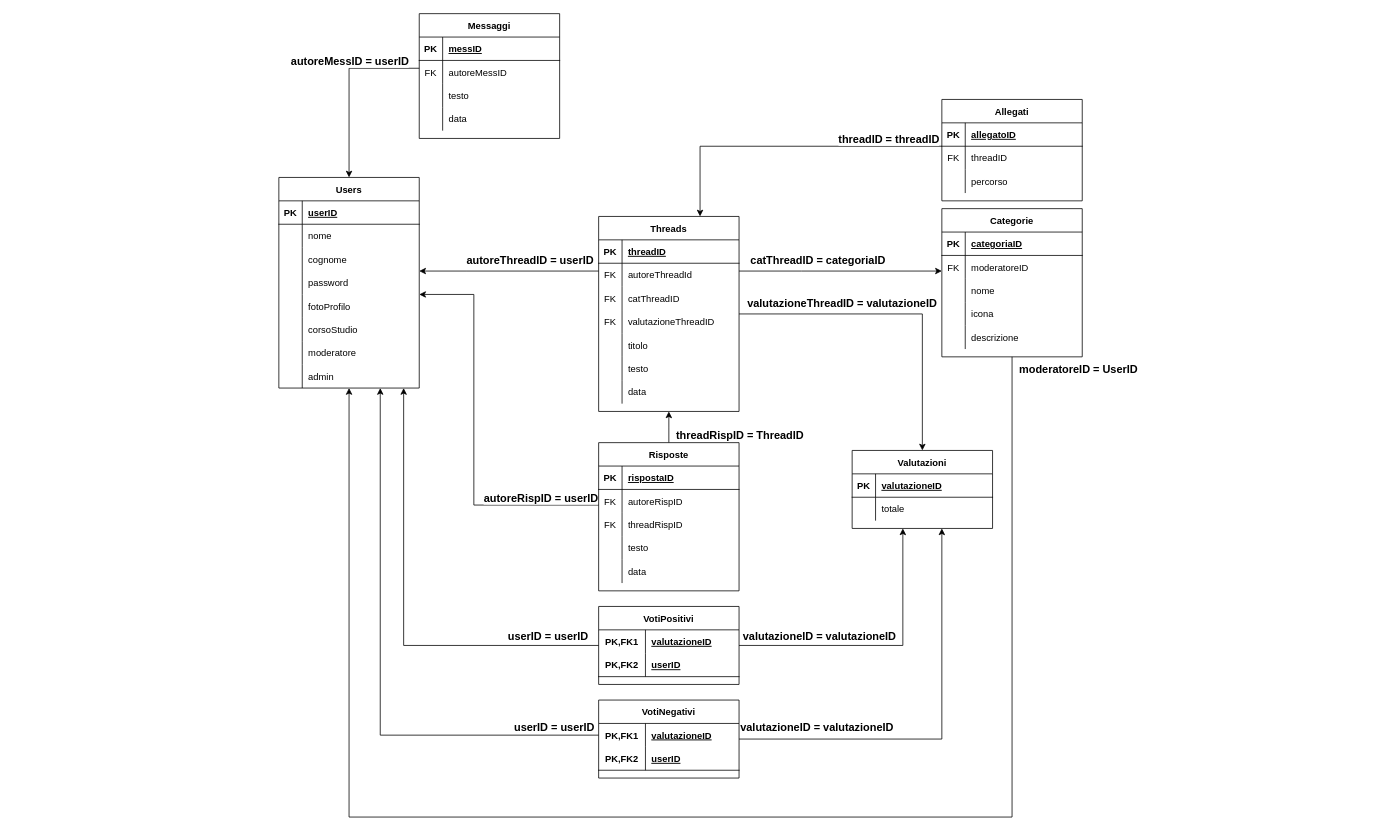
The draw.io diagram Diagrammi/Database.drawio in EdoPan/UniChat, before the edit. Source tidied: cells renumbered, new cells numbered last; positions are measured from the earlier drawing's top-left corner, leaving out a move shared by most shapes. Both pictures are drawn from the tidied source at 78%, with x=0, y=0 at pixel (278, 13).
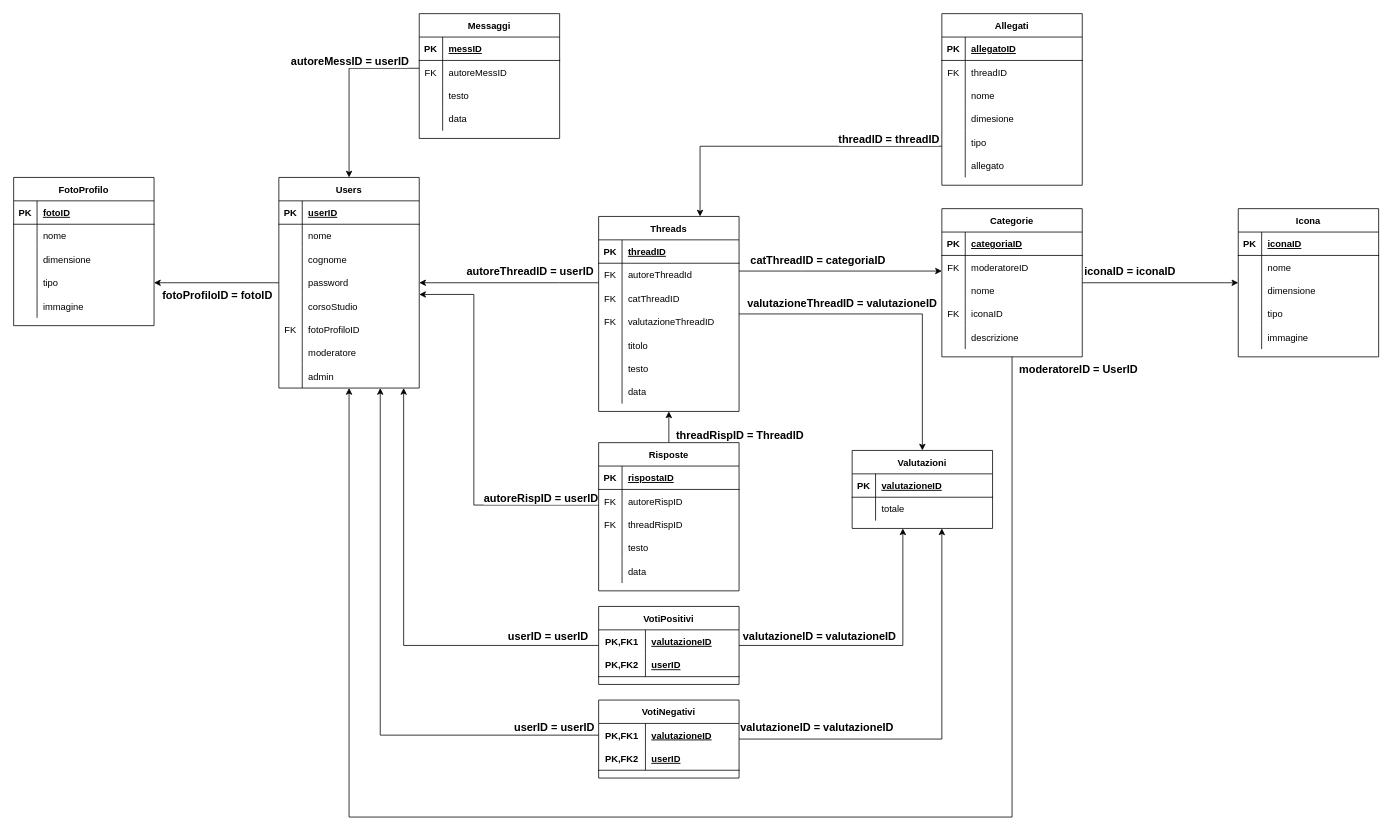
Above is the later version.

Commit message:
Aggiornamento Database

Aggiunta delle tabelle per la gestione delle foto profilo e delle icone, inoltre modifica degli attributi della tabella Allegati.

Unchanged cells that the change refers to:
```xml
<mxCell id="4" value="Users" style="shape=table;startSize=30;childLayout=tableLayout;rowLines=0;fontStyle=1;align=center;" parent="1" vertex="1">
  <mxGeometry y="210" width="180" height="270" as="geometry" />
</mxCell>
<mxCell id="52" value="Threads" style="shape=table;startSize=30;childLayout=tableLayout;rowLines=0;fontStyle=1;align=center;fillColor=#FFFFFF;" parent="1" vertex="1">
  <mxGeometry x="410" y="260" width="180" height="250" as="geometry" />
</mxCell>
<mxCell id="74" value="Categorie" style="shape=table;startSize=30;childLayout=tableLayout;rowLines=0;fontStyle=1;align=center;fillColor=#FFFFFF;" parent="1" vertex="1">
  <mxGeometry x="850" y="250" width="180" height="190" as="geometry" />
</mxCell>
<mxCell id="84" style="shape=partialRectangle;fillColor=none;top=0;left=0;bottom=0;right=0;" parent="74" vertex="1">
  <mxGeometry y="120" width="180" height="30" as="geometry" />
</mxCell>
<mxCell id="146" style="shape=partialRectangle;fillColor=none;top=0;left=0;bottom=0;right=0;" parent="139" vertex="1">
  <mxGeometry y="90" width="180" height="30" as="geometry" />
</mxCell>
```

The edit, as a diff of the source:
```diff
@@
+    <mxCell id="149" style="edgeStyle=orthogonalEdgeStyle;rounded=0;jettySize=auto;html=1;entryX=1;entryY=0.5;entryDx=0;entryDy=0;" parent="1" edge="1" source="4" target="170">
+      <mxGeometry relative="1" as="geometry" />
+    </mxCell>
@@
+    <mxCell id="20" style="shape=partialRectangle;fillColor=none;top=0;left=0;bottom=0;right=0;" parent="4" vertex="1">
+      <mxGeometry y="150" width="180" height="30" as="geometry" />
+    </mxCell>
+    <mxCell id="21" style="shape=partialRectangle;fillColor=none;top=0;left=0;bottom=0;right=0;overflow=hidden;" parent="20" vertex="1">
+      <mxGeometry width="30" height="30" as="geometry" />
+    </mxCell>
+    <mxCell id="22" value="corsoStudio" style="shape=partialRectangle;fillColor=none;top=0;left=0;bottom=0;right=0;align=left;spacingLeft=6;overflow=hidden;" parent="20" vertex="1">
+      <mxGeometry x="30" width="150" height="30" as="geometry" />
+    </mxCell>
     <mxCell id="17" style="shape=partialRectangle;fillColor=none;top=0;left=0;bottom=0;right=0;" parent="4" vertex="1">
-      <mxGeometry y="150" width="180" height="30" as="geometry" />
+      <mxGeometry y="180" width="180" height="30" as="geometry" />
     </mxCell>
-    <mxCell id="18" style="shape=partialRectangle;fillColor=none;top=0;left=0;bottom=0;right=0;overflow=hidden;" parent="17" vertex="1">
+    <mxCell id="18" value="FK" style="shape=partialRectangle;fillColor=none;top=0;left=0;bottom=0;right=0;overflow=hidden;" parent="17" vertex="1">
       <mxGeometry width="30" height="30" as="geometry" />
     </mxCell>
-    <mxCell id="19" value="fotoProfilo" style="shape=partialRectangle;fillColor=none;top=0;left=0;bottom=0;right=0;align=left;spacingLeft=6;overflow=hidden;" parent="17" vertex="1">
+    <mxCell id="19" value="fotoProfiloID" style="shape=partialRectangle;fillColor=none;top=0;left=0;bottom=0;right=0;align=left;spacingLeft=6;overflow=hidden;" parent="17" vertex="1">
       <mxGeometry x="30" width="150" height="30" as="geometry" />
     </mxCell>
-    <mxCell id="20" style="shape=partialRectangle;fillColor=none;top=0;left=0;bottom=0;right=0;" parent="4" vertex="1">
-      <mxGeometry y="180" width="180" height="30" as="geometry" />
-    </mxCell>
-    <mxCell id="21" style="shape=partialRectangle;fillColor=none;top=0;left=0;bottom=0;right=0;overflow=hidden;" parent="20" vertex="1">
-      <mxGeometry width="30" height="30" as="geometry" />
-    </mxCell>
-    <mxCell id="22" value="corsoStudio" style="shape=partialRectangle;fillColor=none;top=0;left=0;bottom=0;right=0;align=left;spacingLeft=6;overflow=hidden;" parent="20" vertex="1">
-      <mxGeometry x="30" width="150" height="30" as="geometry" />
-    </mxCell>
@@
     <mxCell id="46" style="edgeStyle=orthogonalEdgeStyle;rounded=0;jettySize=auto;html=1;endArrow=classic;endFill=1;" parent="1" edge="1" source="52" target="4">
       <mxGeometry relative="1" as="geometry">
         <Array as="points">
-          <mxPoint x="240" y="330" />
-          <mxPoint x="240" y="330" />
+          <mxPoint x="360" y="345" />
+          <mxPoint x="360" y="345" />
         </Array>
       </mxGeometry>
     </mxCell>
@@
+    <mxCell id="150" style="edgeStyle=orthogonalEdgeStyle;rounded=0;jettySize=auto;html=1;" parent="1" edge="1" source="74" target="177">
+      <mxGeometry relative="1" as="geometry" />
+    </mxCell>
@@
-    <mxCell id="85" style="shape=partialRectangle;fillColor=none;top=0;left=0;bottom=0;right=0;overflow=hidden;" parent="84" vertex="1">
+    <mxCell id="85" value="FK" style="shape=partialRectangle;fillColor=none;top=0;left=0;bottom=0;right=0;overflow=hidden;" parent="84" vertex="1">
       <mxGeometry width="30" height="30" as="geometry" />
     </mxCell>
-    <mxCell id="86" value="icona" style="shape=partialRectangle;fillColor=none;top=0;left=0;bottom=0;right=0;align=left;spacingLeft=6;overflow=hidden;" parent="84" vertex="1">
+    <mxCell id="86" value="iconaID" style="shape=partialRectangle;fillColor=none;top=0;left=0;bottom=0;right=0;align=left;spacingLeft=6;overflow=hidden;" parent="84" vertex="1">
       <mxGeometry x="30" width="150" height="30" as="geometry" />
     </mxCell>
@@
     <mxCell id="139" value="Allegati" style="shape=table;startSize=30;childLayout=tableLayout;rowLines=0;fontStyle=1;align=center;fillColor=#FFFFFF;" parent="1" vertex="1">
-      <mxGeometry x="850" y="110" width="180" height="130" as="geometry" />
+      <mxGeometry x="850" width="180" height="220" as="geometry" />
     </mxCell>
@@
-    <mxCell id="148" value="percorso" style="shape=partialRectangle;fillColor=none;top=0;left=0;bottom=0;right=0;align=left;spacingLeft=6;overflow=hidden;" parent="146" vertex="1">
+    <mxCell id="148" value="nome" style="shape=partialRectangle;fillColor=none;top=0;left=0;bottom=0;right=0;align=left;spacingLeft=6;overflow=hidden;" parent="146" vertex="1">
       <mxGeometry x="30" width="150" height="30" as="geometry" />
     </mxCell>
+    <mxCell id="151" style="shape=partialRectangle;fillColor=none;top=0;left=0;bottom=0;right=0;" parent="139" vertex="1">
+      <mxGeometry y="120" width="180" height="30" as="geometry" />
+    </mxCell>
+    <mxCell id="152" style="shape=partialRectangle;fillColor=none;top=0;left=0;bottom=0;right=0;overflow=hidden;" parent="151" vertex="1">
+      <mxGeometry width="30" height="30" as="geometry" />
+    </mxCell>
+    <mxCell id="153" value="dimesione" style="shape=partialRectangle;fillColor=none;top=0;left=0;bottom=0;right=0;align=left;spacingLeft=6;overflow=hidden;" parent="151" vertex="1">
+      <mxGeometry x="30" width="150" height="30" as="geometry" />
+    </mxCell>
+    <mxCell id="154" style="shape=partialRectangle;fillColor=none;top=0;left=0;bottom=0;right=0;" parent="139" vertex="1">
+      <mxGeometry y="150" width="180" height="30" as="geometry" />
+    </mxCell>
+    <mxCell id="155" style="shape=partialRectangle;fillColor=none;top=0;left=0;bottom=0;right=0;overflow=hidden;" parent="154" vertex="1">
+      <mxGeometry width="30" height="30" as="geometry" />
+    </mxCell>
+    <mxCell id="156" value="tipo" style="shape=partialRectangle;fillColor=none;top=0;left=0;bottom=0;right=0;align=left;spacingLeft=6;overflow=hidden;" parent="154" vertex="1">
+      <mxGeometry x="30" width="150" height="30" as="geometry" />
+    </mxCell>
+    <mxCell id="157" style="shape=partialRectangle;fillColor=none;top=0;left=0;bottom=0;right=0;" parent="139" vertex="1">
+      <mxGeometry y="180" width="180" height="30" as="geometry" />
+    </mxCell>
+    <mxCell id="158" style="shape=partialRectangle;fillColor=none;top=0;left=0;bottom=0;right=0;overflow=hidden;" parent="157" vertex="1">
+      <mxGeometry width="30" height="30" as="geometry" />
+    </mxCell>
+    <mxCell id="159" value="allegato" style="shape=partialRectangle;fillColor=none;top=0;left=0;bottom=0;right=0;align=left;spacingLeft=6;overflow=hidden;" parent="157" vertex="1">
+      <mxGeometry x="30" width="150" height="30" as="geometry" />
+    </mxCell>
+    <mxCell id="160" value="FotoProfilo" style="shape=table;startSize=30;childLayout=tableLayout;rowLines=0;fontStyle=1;align=center;" parent="1" vertex="1">
+      <mxGeometry x="-340" y="210" width="180" height="190" as="geometry" />
+    </mxCell>
+    <mxCell id="161" style="shape=partialRectangle;fillColor=none;top=0;left=0;bottom=1;right=0;" parent="160" vertex="1">
+      <mxGeometry y="30" width="180" height="30" as="geometry" />
+    </mxCell>
+    <mxCell id="162" value="PK" style="shape=partialRectangle;fillColor=none;top=0;left=0;bottom=0;right=0;fontStyle=1;overflow=hidden;" parent="161" vertex="1">
+      <mxGeometry width="30" height="30" as="geometry" />
+    </mxCell>
+    <mxCell id="163" value="fotoID" style="shape=partialRectangle;fillColor=none;top=0;left=0;bottom=0;right=0;align=left;spacingLeft=6;fontStyle=5;overflow=hidden;" parent="161" vertex="1">
+      <mxGeometry x="30" width="150" height="30" as="geometry" />
+    </mxCell>
+    <mxCell id="164" style="shape=partialRectangle;fillColor=none;top=0;left=0;bottom=0;right=0;" parent="160" vertex="1">
+      <mxGeometry y="60" width="180" height="30" as="geometry" />
+    </mxCell>
+    <mxCell id="165" style="shape=partialRectangle;fillColor=none;top=0;left=0;bottom=0;right=0;overflow=hidden;" parent="164" vertex="1">
+      <mxGeometry width="30" height="30" as="geometry" />
+    </mxCell>
+    <mxCell id="166" value="nome" style="shape=partialRectangle;fillColor=none;top=0;left=0;bottom=0;right=0;align=left;spacingLeft=6;overflow=hidden;" parent="164" vertex="1">
+      <mxGeometry x="30" width="150" height="30" as="geometry" />
+    </mxCell>
+    <mxCell id="167" style="shape=partialRectangle;fillColor=none;top=0;left=0;bottom=0;right=0;" parent="160" vertex="1">
+      <mxGeometry y="90" width="180" height="30" as="geometry" />
+    </mxCell>
+    <mxCell id="168" style="shape=partialRectangle;fillColor=none;top=0;left=0;bottom=0;right=0;overflow=hidden;" parent="167" vertex="1">
+      <mxGeometry width="30" height="30" as="geometry" />
+    </mxCell>
+    <mxCell id="169" value="dimensione" style="shape=partialRectangle;fillColor=none;top=0;left=0;bottom=0;right=0;align=left;spacingLeft=6;overflow=hidden;" parent="167" vertex="1">
+      <mxGeometry x="30" width="150" height="30" as="geometry" />
+    </mxCell>
+    <mxCell id="170" style="shape=partialRectangle;fillColor=none;top=0;left=0;bottom=0;right=0;points=[[0,0.5],[1,0.5]];portConstraint=eastwest;" parent="160" vertex="1">
+      <mxGeometry y="120" width="180" height="30" as="geometry" />
+    </mxCell>
+    <mxCell id="171" style="shape=partialRectangle;fillColor=none;top=0;left=0;bottom=0;right=0;overflow=hidden;" parent="170" vertex="1">
+      <mxGeometry width="30" height="30" as="geometry" />
+    </mxCell>
+    <mxCell id="172" value="tipo" style="shape=partialRectangle;fillColor=none;top=0;left=0;bottom=0;right=0;align=left;spacingLeft=6;overflow=hidden;" parent="170" vertex="1">
+      <mxGeometry x="30" width="150" height="30" as="geometry" />
+    </mxCell>
+    <mxCell id="173" style="shape=partialRectangle;fillColor=none;top=0;left=0;bottom=0;right=0;" parent="160" vertex="1">
+      <mxGeometry y="150" width="180" height="30" as="geometry" />
+    </mxCell>
+    <mxCell id="174" style="shape=partialRectangle;fillColor=none;top=0;left=0;bottom=0;right=0;overflow=hidden;" parent="173" vertex="1">
+      <mxGeometry width="30" height="30" as="geometry" />
+    </mxCell>
+    <mxCell id="175" value="immagine" style="shape=partialRectangle;fillColor=none;top=0;left=0;bottom=0;right=0;align=left;spacingLeft=6;overflow=hidden;" parent="173" vertex="1">
+      <mxGeometry x="30" width="150" height="30" as="geometry" />
+    </mxCell>
+    <mxCell id="176" value="&lt;b&gt;&lt;font style=&quot;font-size: 14px&quot;&gt;fotoProfiloID = fotoID&lt;/font&gt;&lt;/b&gt;" style="edgeLabel;html=1;align=center;verticalAlign=middle;" parent="1" vertex="1">
+      <mxGeometry x="-80" y="360" as="geometry" />
+    </mxCell>
+    <mxCell id="177" value="Icona" style="shape=table;startSize=30;childLayout=tableLayout;rowLines=0;fontStyle=1;align=center;" parent="1" vertex="1">
+      <mxGeometry x="1230" y="250" width="180" height="190" as="geometry" />
+    </mxCell>
+    <mxCell id="178" style="shape=partialRectangle;fillColor=none;top=0;left=0;bottom=1;right=0;" parent="177" vertex="1">
+      <mxGeometry y="30" width="180" height="30" as="geometry" />
+    </mxCell>
+    <mxCell id="179" value="PK" style="shape=partialRectangle;fillColor=none;top=0;left=0;bottom=0;right=0;fontStyle=1;overflow=hidden;" parent="178" vertex="1">
+      <mxGeometry width="30" height="30" as="geometry" />
+    </mxCell>
+    <mxCell id="180" value="iconaID" style="shape=partialRectangle;fillColor=none;top=0;left=0;bottom=0;right=0;align=left;spacingLeft=6;fontStyle=5;overflow=hidden;" parent="178" vertex="1">
+      <mxGeometry x="30" width="150" height="30" as="geometry" />
+    </mxCell>
+    <mxCell id="181" style="shape=partialRectangle;fillColor=none;top=0;left=0;bottom=0;right=0;" parent="177" vertex="1">
+      <mxGeometry y="60" width="180" height="30" as="geometry" />
+    </mxCell>
+    <mxCell id="182" style="shape=partialRectangle;fillColor=none;top=0;left=0;bottom=0;right=0;overflow=hidden;" parent="181" vertex="1">
+      <mxGeometry width="30" height="30" as="geometry" />
+    </mxCell>
+    <mxCell id="183" value="nome" style="shape=partialRectangle;fillColor=none;top=0;left=0;bottom=0;right=0;align=left;spacingLeft=6;overflow=hidden;" parent="181" vertex="1">
+      <mxGeometry x="30" width="150" height="30" as="geometry" />
+    </mxCell>
+    <mxCell id="184" style="shape=partialRectangle;fillColor=none;top=0;left=0;bottom=0;right=0;" parent="177" vertex="1">
+      <mxGeometry y="90" width="180" height="30" as="geometry" />
+    </mxCell>
+    <mxCell id="185" style="shape=partialRectangle;fillColor=none;top=0;left=0;bottom=0;right=0;overflow=hidden;" parent="184" vertex="1">
+      <mxGeometry width="30" height="30" as="geometry" />
+    </mxCell>
+    <mxCell id="186" value="dimensione" style="shape=partialRectangle;fillColor=none;top=0;left=0;bottom=0;right=0;align=left;spacingLeft=6;overflow=hidden;" parent="184" vertex="1">
+      <mxGeometry x="30" width="150" height="30" as="geometry" />
+    </mxCell>
+    <mxCell id="187" style="shape=partialRectangle;fillColor=none;top=0;left=0;bottom=0;right=0;" parent="177" vertex="1">
+      <mxGeometry y="120" width="180" height="30" as="geometry" />
+    </mxCell>
+    <mxCell id="188" style="shape=partialRectangle;fillColor=none;top=0;left=0;bottom=0;right=0;overflow=hidden;" parent="187" vertex="1">
+      <mxGeometry width="30" height="30" as="geometry" />
+    </mxCell>
+    <mxCell id="189" value="tipo" style="shape=partialRectangle;fillColor=none;top=0;left=0;bottom=0;right=0;align=left;spacingLeft=6;overflow=hidden;" parent="187" vertex="1">
+      <mxGeometry x="30" width="150" height="30" as="geometry" />
+    </mxCell>
+    <mxCell id="190" style="shape=partialRectangle;fillColor=none;top=0;left=0;bottom=0;right=0;" parent="177" vertex="1">
+      <mxGeometry y="150" width="180" height="30" as="geometry" />
+    </mxCell>
+    <mxCell id="191" style="shape=partialRectangle;fillColor=none;top=0;left=0;bottom=0;right=0;overflow=hidden;" parent="190" vertex="1">
+      <mxGeometry width="30" height="30" as="geometry" />
+    </mxCell>
+    <mxCell id="192" value="immagine" style="shape=partialRectangle;fillColor=none;top=0;left=0;bottom=0;right=0;align=left;spacingLeft=6;overflow=hidden;" parent="190" vertex="1">
+      <mxGeometry x="30" width="150" height="30" as="geometry" />
+    </mxCell>
+    <mxCell id="193" value="&lt;b&gt;&lt;font style=&quot;font-size: 14px&quot;&gt;iconaID = iconaID&lt;/font&gt;&lt;/b&gt;" style="edgeLabel;html=1;align=center;verticalAlign=middle;" parent="1" vertex="1">
+      <mxGeometry x="1090" y="330" as="geometry" />
+    </mxCell>
```
